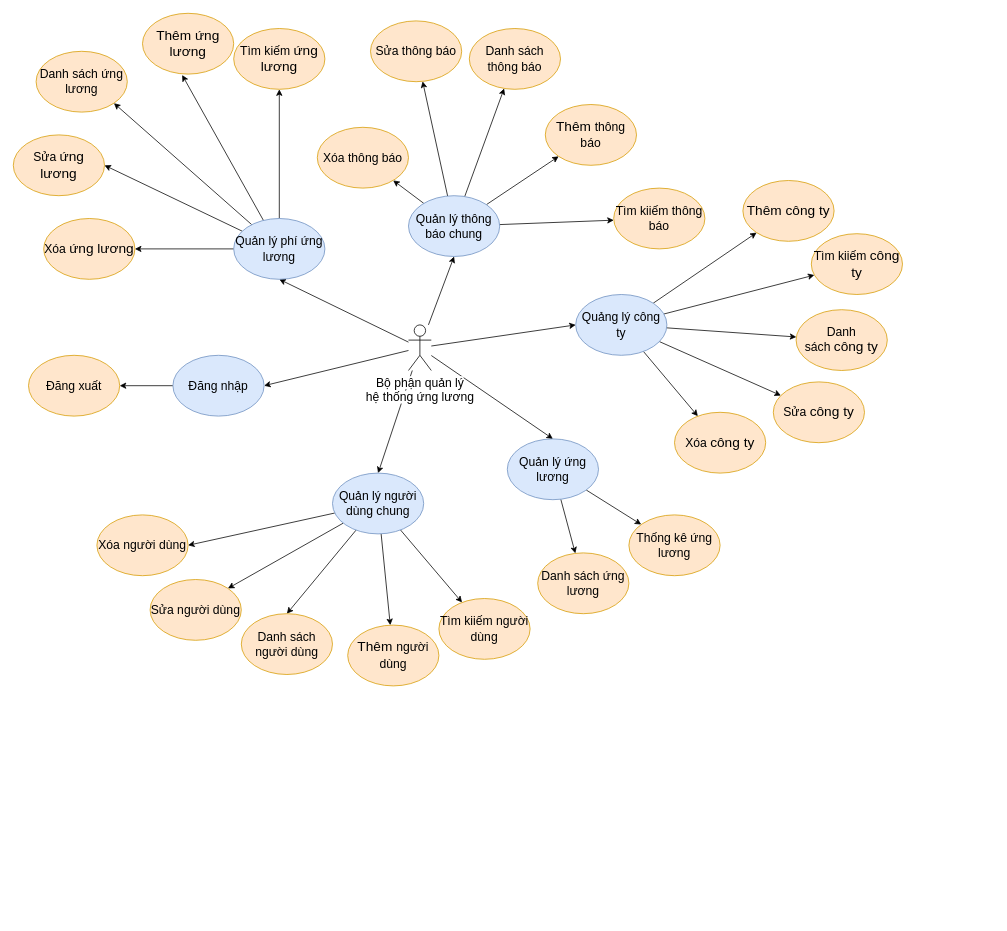
thangdinh99/WebUngLuong keeps this draw.io diagram as page "UC-BPQLHT ứng lương" (5 of 19) of word/Webungluong.drawio. Above is the earlier version. Source tidied: cells renumbered, new cells numbered last; positions are measured from the earlier drawing's top-left corner, leaving out a move shared by most shapes. Both pictures are drawn from the tidied source at 76%, with x=0, y=0 at pixel (13, 13).
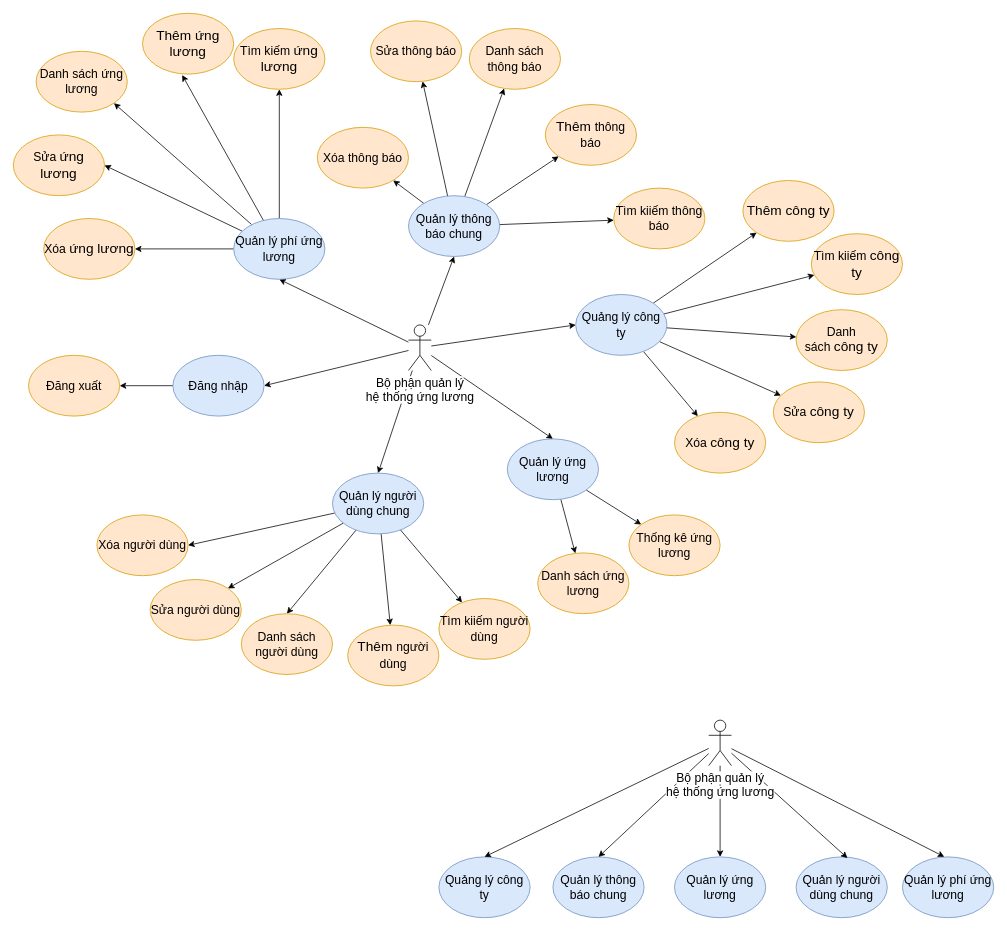
After the change.

What changed in the source:
```diff
@@
+    <mxCell id="61" value="Quản lý phí ứng lương" style="ellipse;whiteSpace=wrap;html=1;fillColor=#dae8fc;strokeColor=#6c8ebf;fontSize=16;" parent="1" vertex="1">
+      <mxGeometry x="1170" y="1110" width="120" height="80" as="geometry" />
+    </mxCell>
+    <mxCell id="62" value="Quản lý thông báo chung" style="ellipse;whiteSpace=wrap;html=1;fillColor=#dae8fc;strokeColor=#6c8ebf;fontSize=16;" parent="1" vertex="1">
+      <mxGeometry x="710" y="1110" width="120" height="80" as="geometry" />
+    </mxCell>
+    <mxCell id="63" value="Quảng lý công ty" style="ellipse;whiteSpace=wrap;html=1;fillColor=#dae8fc;strokeColor=#6c8ebf;fontSize=16;" parent="1" vertex="1">
+      <mxGeometry x="560" y="1110" width="120" height="80" as="geometry" />
+    </mxCell>
+    <mxCell id="64" value="Quản lý người dùng chung" style="ellipse;whiteSpace=wrap;html=1;fillColor=#dae8fc;strokeColor=#6c8ebf;fontSize=16;" parent="1" vertex="1">
+      <mxGeometry x="1030" y="1110" width="120" height="80" as="geometry" />
+    </mxCell>
+    <mxCell id="65" value="Quản lý ứng lương" style="ellipse;whiteSpace=wrap;html=1;fillColor=#dae8fc;strokeColor=#6c8ebf;fontSize=16;" parent="1" vertex="1">
+      <mxGeometry x="870" y="1110" width="120" height="80" as="geometry" />
+    </mxCell>
+    <mxCell id="66" style="rounded=0;jettySize=auto;html=1;" parent="1" edge="1" source="71" target="65">
+      <mxGeometry relative="1" as="geometry" />
+    </mxCell>
+    <mxCell id="67" style="edgeStyle=none;rounded=0;jettySize=auto;html=1;entryX=0.563;entryY=0.019;entryDx=0;entryDy=0;entryPerimeter=0;" parent="1" edge="1" source="71" target="64">
+      <mxGeometry relative="1" as="geometry" />
+    </mxCell>
+    <mxCell id="68" style="edgeStyle=none;rounded=0;jettySize=auto;html=1;entryX=0.458;entryY=-0.002;entryDx=0;entryDy=0;entryPerimeter=0;" parent="1" edge="1" source="71" target="61">
+      <mxGeometry relative="1" as="geometry" />
+    </mxCell>
+    <mxCell id="69" style="edgeStyle=none;rounded=0;jettySize=auto;html=1;entryX=0.5;entryY=0;entryDx=0;entryDy=0;" parent="1" edge="1" source="71" target="62">
+      <mxGeometry relative="1" as="geometry" />
+    </mxCell>
+    <mxCell id="70" style="edgeStyle=none;rounded=0;jettySize=auto;html=1;entryX=0.5;entryY=0;entryDx=0;entryDy=0;" parent="1" edge="1" source="71" target="63">
+      <mxGeometry relative="1" as="geometry" />
+    </mxCell>
+    <mxCell id="71" value="&lt;span style=&quot;background-color: rgb(255, 255, 255); font-size: 16px;&quot;&gt;Bộ phận quản lý &lt;br style=&quot;font-size: 16px;&quot;&gt;hệ thống ứng lương&lt;/span&gt;" style="shape=umlActor;verticalLabelPosition=bottom;verticalAlign=top;html=1;outlineConnect=0;fontSize=16;" parent="1" vertex="1">
+      <mxGeometry x="915" y="930" width="30" height="60" as="geometry" />
+    </mxCell>
```
